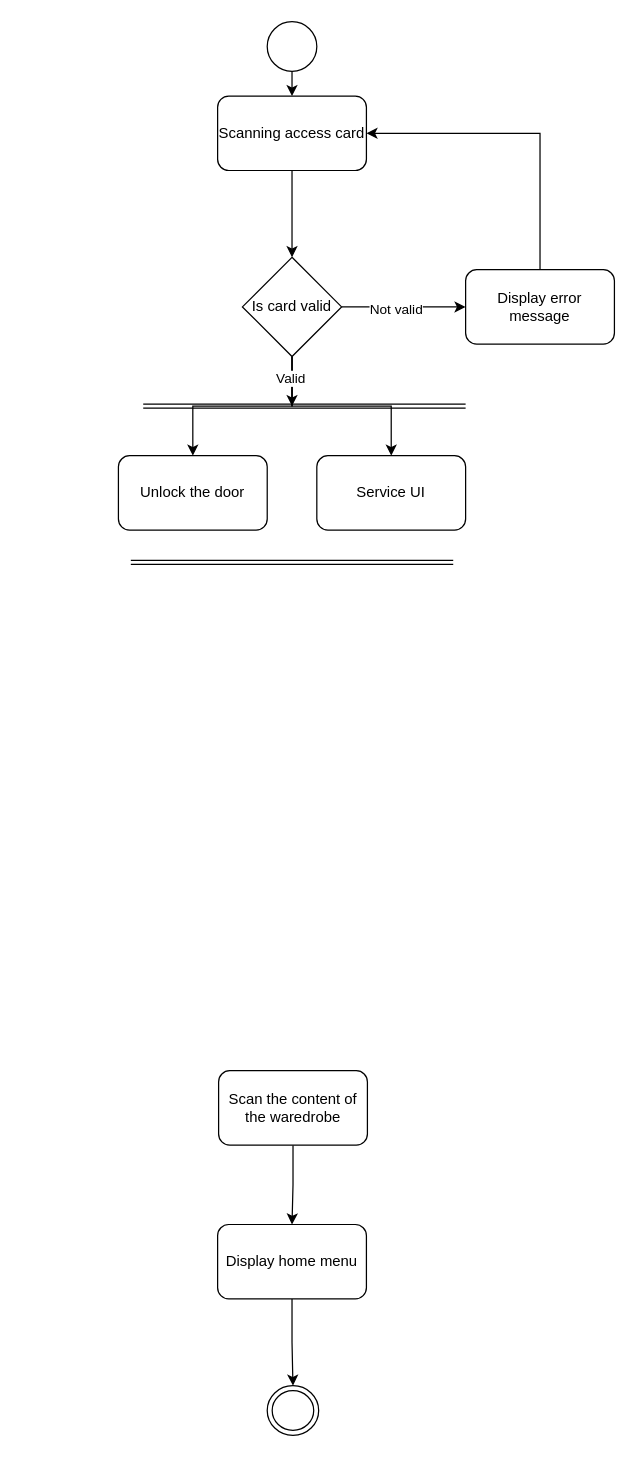
Above: ActivityDiagramService.drawio in TadeuszSzuta/PSI (draw.io), before the change. Source tidied: cells renumbered, new cells numbered last; positions are measured from the earlier drawing's top-left corner, leaving out a move shared by most shapes. Both pictures are drawn from the tidied source at 124%, with x=0, y=0 at pixel (118, 21).
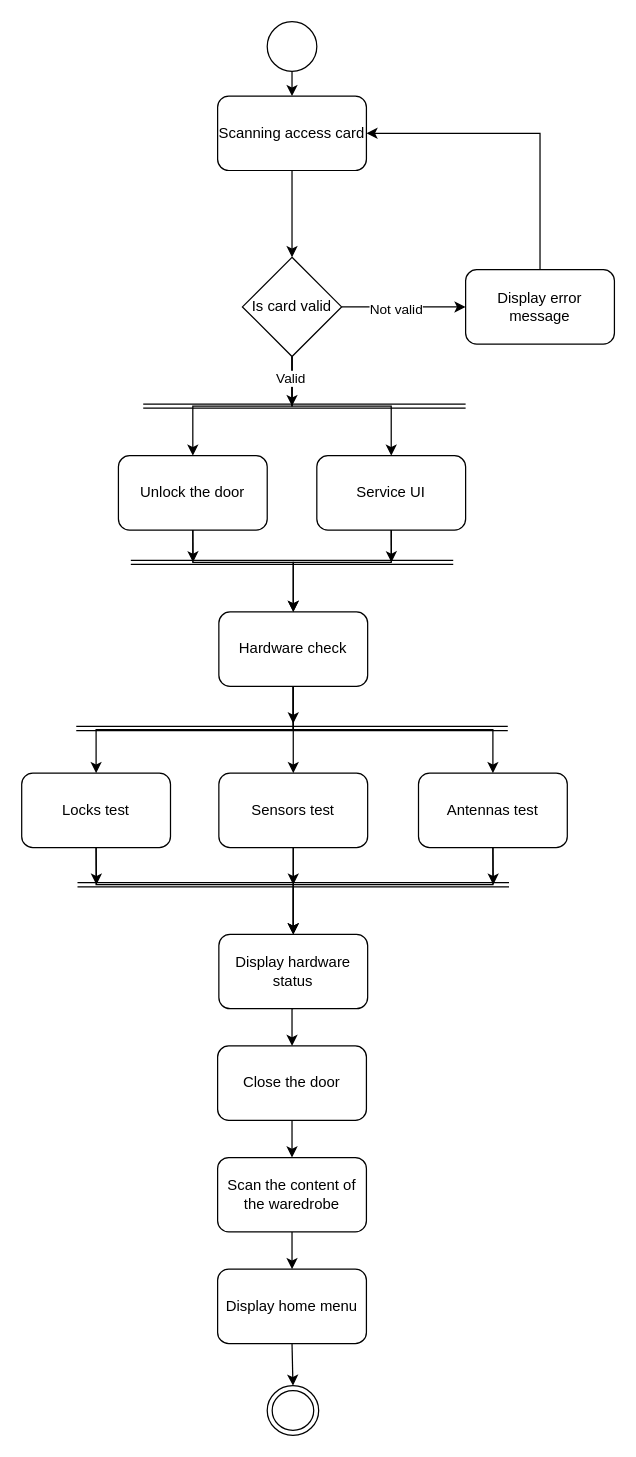
Above is the later version.

The change refers to these unchanged cells:
```xml
<mxCell id="13" value="Unlock the door" style="rounded=1;whiteSpace=wrap;html=1;" parent="1" vertex="1">
  <mxGeometry y="350" width="120" height="60" as="geometry" />
</mxCell>
<mxCell id="14" value="Service UI" style="rounded=1;whiteSpace=wrap;html=1;" parent="1" vertex="1">
  <mxGeometry x="160" y="350" width="120" height="60" as="geometry" />
</mxCell>
```

The edit, as a diff of the source:
```diff
@@
+    <mxCell id="24" style="edgeStyle=orthogonalEdgeStyle;rounded=0;jettySize=auto;html=1;exitX=0.5;exitY=1;exitDx=0;exitDy=0;" parent="1" edge="1" source="13">
+      <mxGeometry relative="1" as="geometry">
+        <mxPoint x="60.2" y="436" as="targetPoint" />
+      </mxGeometry>
+    </mxCell>
+    <mxCell id="25" style="edgeStyle=orthogonalEdgeStyle;rounded=0;jettySize=auto;html=1;exitX=0.5;exitY=1;exitDx=0;exitDy=0;" parent="1" edge="1" source="13" target="32">
+      <mxGeometry relative="1" as="geometry">
+        <Array as="points">
+          <mxPoint x="60" y="436" />
+          <mxPoint x="141" y="436" />
+        </Array>
+      </mxGeometry>
+    </mxCell>
@@
+    <mxCell id="26" style="edgeStyle=orthogonalEdgeStyle;rounded=0;jettySize=auto;html=1;exitX=0.5;exitY=1;exitDx=0;exitDy=0;" parent="1" edge="1" source="14">
+      <mxGeometry relative="1" as="geometry">
+        <mxPoint x="220.2" y="436" as="targetPoint" />
+      </mxGeometry>
+    </mxCell>
+    <mxCell id="27" style="edgeStyle=orthogonalEdgeStyle;rounded=0;jettySize=auto;html=1;exitX=0.5;exitY=1;exitDx=0;exitDy=0;entryX=0.5;entryY=0;entryDx=0;entryDy=0;" parent="1" edge="1" source="14" target="32">
+      <mxGeometry relative="1" as="geometry">
+        <Array as="points">
+          <mxPoint x="220" y="436" />
+          <mxPoint x="141" y="436" />
+        </Array>
+      </mxGeometry>
+    </mxCell>
@@
     <mxCell id="17" value="Scan the content of the waredrobe" style="rounded=1;whiteSpace=wrap;html=1;" parent="1" vertex="1">
-      <mxGeometry x="80.8" y="846" width="120" height="60" as="geometry" />
+      <mxGeometry x="80" y="916" width="120" height="60" as="geometry" />
     </mxCell>
@@
     <mxCell id="20" value="Display home menu" style="rounded=1;whiteSpace=wrap;html=1;" parent="1" vertex="1">
-      <mxGeometry x="80" y="970" width="120" height="60" as="geometry" />
+      <mxGeometry x="80" y="1006" width="120" height="60" as="geometry" />
     </mxCell>
@@
+    <mxCell id="28" style="edgeStyle=orthogonalEdgeStyle;rounded=0;jettySize=auto;html=1;exitX=0.5;exitY=1;exitDx=0;exitDy=0;" parent="1" edge="1" source="32">
+      <mxGeometry relative="1" as="geometry">
+        <mxPoint x="141" y="566" as="targetPoint" />
+      </mxGeometry>
+    </mxCell>
+    <mxCell id="29" style="edgeStyle=orthogonalEdgeStyle;rounded=0;jettySize=auto;html=1;exitX=0.5;exitY=1;exitDx=0;exitDy=0;entryX=0.5;entryY=0;entryDx=0;entryDy=0;" parent="1" edge="1" source="32" target="36">
+      <mxGeometry relative="1" as="geometry" />
+    </mxCell>
+    <mxCell id="30" style="edgeStyle=orthogonalEdgeStyle;rounded=0;jettySize=auto;html=1;exitX=0.5;exitY=1;exitDx=0;exitDy=0;entryX=0.5;entryY=0;entryDx=0;entryDy=0;" parent="1" edge="1" source="32" target="39">
+      <mxGeometry relative="1" as="geometry" />
+    </mxCell>
+    <mxCell id="31" style="edgeStyle=orthogonalEdgeStyle;rounded=0;jettySize=auto;html=1;exitX=0.5;exitY=1;exitDx=0;exitDy=0;" parent="1" edge="1" source="32" target="42">
+      <mxGeometry relative="1" as="geometry" />
+    </mxCell>
+    <mxCell id="32" value="Hardware check" style="rounded=1;whiteSpace=wrap;html=1;" parent="1" vertex="1">
+      <mxGeometry x="81" y="476" width="120" height="60" as="geometry" />
+    </mxCell>
+    <mxCell id="33" style="shape=link;html=1;rounded=0;width=3.333333333333332;" parent="1" edge="1">
+      <mxGeometry relative="1" as="geometry">
+        <mxPoint x="-34" y="570" as="sourcePoint" />
+        <mxPoint x="314" y="570" as="targetPoint" />
+        <Array as="points">
+          <mxPoint x="104" y="570" />
+        </Array>
+      </mxGeometry>
+    </mxCell>
+    <mxCell id="34" style="edgeStyle=orthogonalEdgeStyle;rounded=0;jettySize=auto;html=1;exitX=0.5;exitY=1;exitDx=0;exitDy=0;" parent="1" edge="1" source="36">
+      <mxGeometry relative="1" as="geometry">
+        <mxPoint x="-17.7" y="696" as="targetPoint" />
+      </mxGeometry>
+    </mxCell>
+    <mxCell id="35" style="edgeStyle=orthogonalEdgeStyle;rounded=0;jettySize=auto;html=1;exitX=0.5;exitY=1;exitDx=0;exitDy=0;" parent="1" edge="1" source="36" target="45">
+      <mxGeometry relative="1" as="geometry">
+        <Array as="points">
+          <mxPoint x="-18" y="696" />
+          <mxPoint x="141" y="696" />
+        </Array>
+      </mxGeometry>
+    </mxCell>
+    <mxCell id="36" value="Locks test" style="rounded=1;whiteSpace=wrap;html=1;" parent="1" vertex="1">
+      <mxGeometry x="-78" y="606" width="120" height="60" as="geometry" />
+    </mxCell>
+    <mxCell id="37" style="edgeStyle=orthogonalEdgeStyle;rounded=0;jettySize=auto;html=1;exitX=0.5;exitY=1;exitDx=0;exitDy=0;" parent="1" edge="1" source="39">
+      <mxGeometry relative="1" as="geometry">
+        <mxPoint x="141" y="696" as="targetPoint" />
+      </mxGeometry>
+    </mxCell>
+    <mxCell id="38" style="edgeStyle=orthogonalEdgeStyle;rounded=0;jettySize=auto;html=1;exitX=0.5;exitY=1;exitDx=0;exitDy=0;" parent="1" edge="1" source="39" target="45">
+      <mxGeometry relative="1" as="geometry" />
+    </mxCell>
+    <mxCell id="39" value="Sensors test" style="rounded=1;whiteSpace=wrap;html=1;" parent="1" vertex="1">
+      <mxGeometry x="81" y="606" width="120" height="60" as="geometry" />
+    </mxCell>
+    <mxCell id="40" style="edgeStyle=orthogonalEdgeStyle;rounded=0;jettySize=auto;html=1;exitX=0.5;exitY=1;exitDx=0;exitDy=0;" parent="1" edge="1" source="42">
+      <mxGeometry relative="1" as="geometry">
+        <mxPoint x="302.3" y="696" as="targetPoint" />
+      </mxGeometry>
+    </mxCell>
+    <mxCell id="41" style="edgeStyle=orthogonalEdgeStyle;rounded=0;jettySize=auto;html=1;exitX=0.5;exitY=1;exitDx=0;exitDy=0;" parent="1" edge="1" source="42" target="45">
+      <mxGeometry relative="1" as="geometry">
+        <Array as="points">
+          <mxPoint x="302" y="696" />
+          <mxPoint x="141" y="696" />
+        </Array>
+      </mxGeometry>
+    </mxCell>
+    <mxCell id="42" value="Antennas test" style="rounded=1;whiteSpace=wrap;html=1;" parent="1" vertex="1">
+      <mxGeometry x="242" y="606" width="120" height="60" as="geometry" />
+    </mxCell>
+    <mxCell id="43" style="shape=link;html=1;rounded=0;width=3.333333333333332;" parent="1" edge="1">
+      <mxGeometry relative="1" as="geometry">
+        <mxPoint x="-33" y="696" as="sourcePoint" />
+        <mxPoint x="315" y="696" as="targetPoint" />
+        <Array as="points">
+          <mxPoint x="105" y="696" />
+        </Array>
+      </mxGeometry>
+    </mxCell>
+    <mxCell id="44" style="edgeStyle=orthogonalEdgeStyle;rounded=0;jettySize=auto;html=1;exitX=0.5;exitY=1;exitDx=0;exitDy=0;entryX=0.5;entryY=0;entryDx=0;entryDy=0;" parent="1" edge="1" source="45" target="47">
+      <mxGeometry relative="1" as="geometry" />
+    </mxCell>
+    <mxCell id="45" value="Display hardware status" style="rounded=1;whiteSpace=wrap;html=1;" parent="1" vertex="1">
+      <mxGeometry x="81" y="736" width="120" height="60" as="geometry" />
+    </mxCell>
+    <mxCell id="46" style="edgeStyle=orthogonalEdgeStyle;rounded=0;jettySize=auto;html=1;exitX=0.5;exitY=1;exitDx=0;exitDy=0;" parent="1" edge="1" source="47" target="17">
+      <mxGeometry relative="1" as="geometry" />
+    </mxCell>
+    <mxCell id="47" value="Close the door" style="rounded=1;whiteSpace=wrap;html=1;" parent="1" vertex="1">
+      <mxGeometry x="80" y="826" width="120" height="60" as="geometry" />
+    </mxCell>
```
